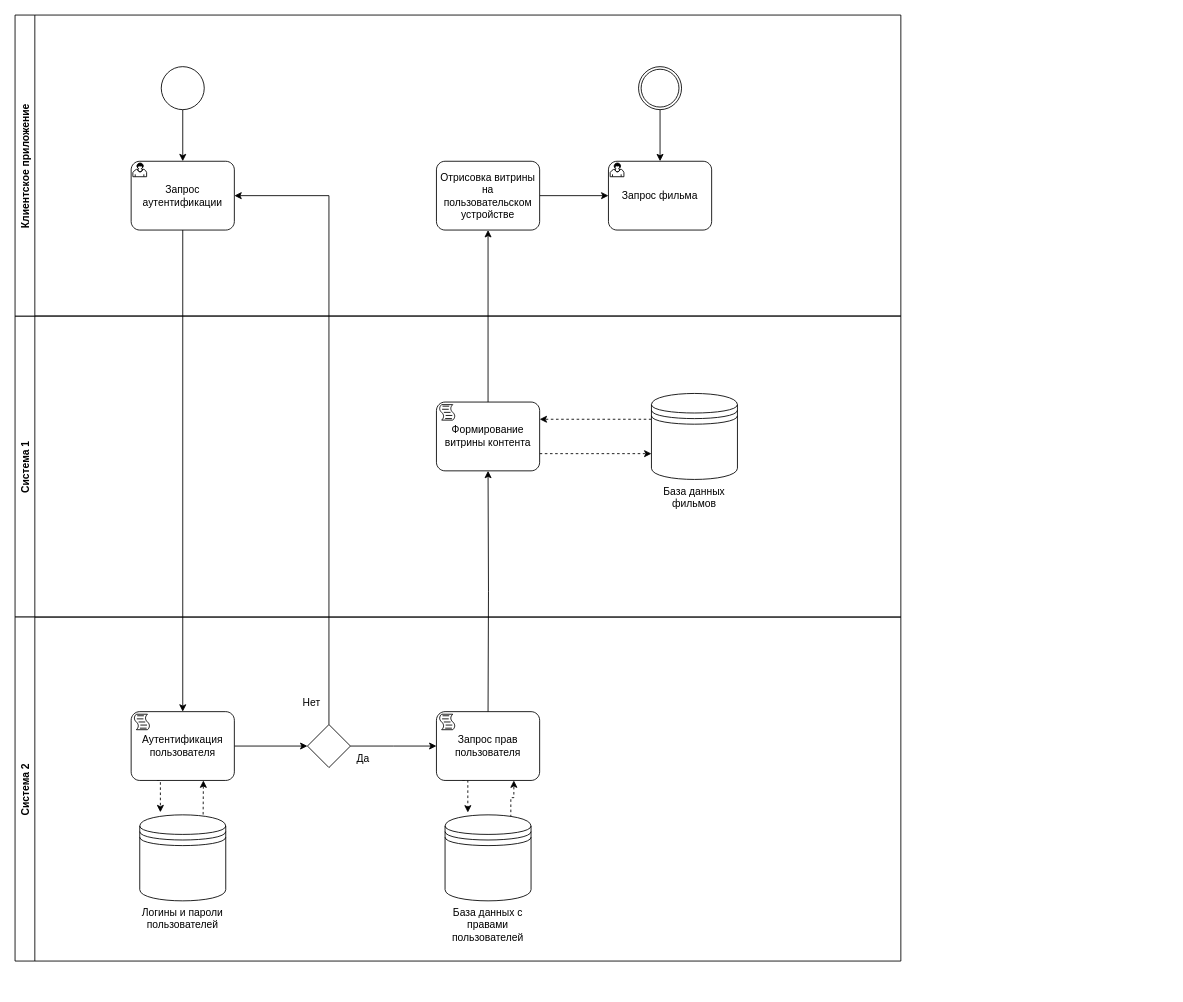
Earlier version of the draw.io diagram bpmn1.drawio (AleksTikhonov/ANSYS_Workbench). Source tidied: cells renumbered, new cells numbered last; positions are measured from the earlier drawing's top-left corner, leaving out a move shared by most shapes. Both pictures are drawn from the tidied source at 86%, with x=0, y=0 at pixel (15, 15).
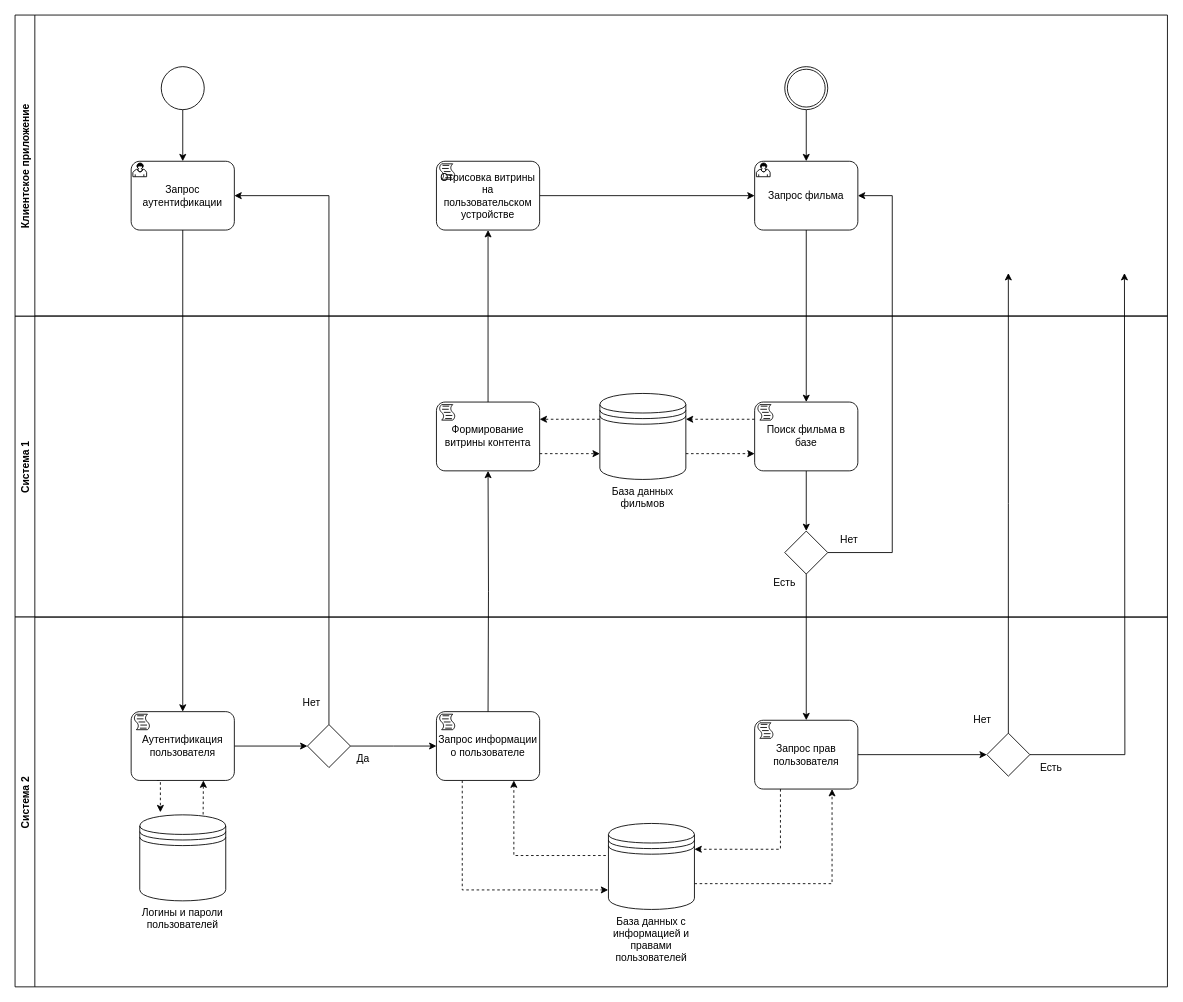
The same diagram, later.

The edit, as a diff of the source:
```diff
@@
     <mxCell id="2" value="Система 1" style="swimlane;horizontal=0;" parent="1" vertex="1">
-      <mxGeometry y="350" width="1030" height="350" as="geometry" />
+      <mxGeometry y="350" width="1340" height="350" as="geometry" />
     </mxCell>
@@
+    <mxCell id="34" style="edgeStyle=orthogonalEdgeStyle;rounded=0;jettySize=auto;html=1;exitX=1;exitY=0.7;exitDx=0;exitDy=0;entryX=0;entryY=0.75;entryDx=0;entryDy=0;entryPerimeter=0;dashed=1;" parent="2" edge="1" source="4" target="37">
+      <mxGeometry relative="1" as="geometry" />
+    </mxCell>
     <mxCell id="4" value="База данных фильмов" style="shape=datastore;whiteSpace=wrap;html=1;labelPosition=center;verticalLabelPosition=bottom;align=center;verticalAlign=top;" parent="2" vertex="1">
-      <mxGeometry x="740" y="90" width="100" height="100" as="geometry" />
+      <mxGeometry x="680" y="90" width="100" height="100" as="geometry" />
     </mxCell>
@@
+    <mxCell id="35" style="edgeStyle=orthogonalEdgeStyle;rounded=0;jettySize=auto;html=1;exitX=0;exitY=0.25;exitDx=0;exitDy=0;exitPerimeter=0;entryX=1;entryY=0.3;entryDx=0;entryDy=0;dashed=1;" parent="2" edge="1" source="37" target="4">
+      <mxGeometry relative="1" as="geometry" />
+    </mxCell>
+    <mxCell id="36" style="edgeStyle=orthogonalEdgeStyle;rounded=0;jettySize=auto;html=1;" parent="2" edge="1" source="37" target="38">
+      <mxGeometry relative="1" as="geometry" />
+    </mxCell>
+    <mxCell id="37" value="Поиск фильма в базе" style="points=[[0.25,0,0],[0.5,0,0],[0.75,0,0],[1,0.25,0],[1,0.5,0],[1,0.75,0],[0.75,1,0],[0.5,1,0],[0.25,1,0],[0,0.75,0],[0,0.5,0],[0,0.25,0]];shape=mxgraph.bpmn.task;whiteSpace=wrap;rectStyle=rounded;size=10;taskMarker=script;" parent="2" vertex="1">
+      <mxGeometry x="860" y="100" width="120" height="80" as="geometry" />
+    </mxCell>
+    <mxCell id="38" style="points=[[0.25,0.25,0],[0.5,0,0],[0.75,0.25,0],[1,0.5,0],[0.75,0.75,0],[0.5,1,0],[0.25,0.75,0],[0,0.5,0]];shape=mxgraph.bpmn.gateway2;html=1;verticalLabelPosition=bottom;labelBackgroundColor=#ffffff;verticalAlign=top;align=center;perimeter=rhombusPerimeter;outlineConnect=0;outline=none;symbol=none;" parent="2" vertex="1">
+      <mxGeometry x="895" y="250" width="50" height="50" as="geometry" />
+    </mxCell>
+    <mxCell id="39" value="Нет" style="text;html=1;strokeColor=none;fillColor=none;align=center;verticalAlign=middle;whiteSpace=wrap;rounded=0;" parent="2" vertex="1">
+      <mxGeometry x="945" y="250" width="50" height="20" as="geometry" />
+    </mxCell>
+    <mxCell id="40" value="Есть" style="text;html=1;strokeColor=none;fillColor=none;align=center;verticalAlign=middle;whiteSpace=wrap;rounded=0;" parent="2" vertex="1">
+      <mxGeometry x="870" y="300" width="50" height="20" as="geometry" />
+    </mxCell>
     <mxCell id="7" value="Система 2" style="swimlane;horizontal=0;" parent="1" vertex="1">
-      <mxGeometry y="700" width="1030" height="400" as="geometry" />
+      <mxGeometry y="700" width="1340" height="430" as="geometry" />
     </mxCell>
@@
-    <mxCell id="16" style="edgeStyle=orthogonalEdgeStyle;rounded=0;jettySize=auto;html=1;exitX=0.25;exitY=1;exitDx=0;exitDy=0;exitPerimeter=0;entryX=0.265;entryY=-0.027;entryDx=0;entryDy=0;entryPerimeter=0;dashed=1;" parent="7" edge="1" source="17" target="19">
+    <mxCell id="16" style="edgeStyle=orthogonalEdgeStyle;rounded=0;jettySize=auto;html=1;exitX=0.25;exitY=1;exitDx=0;exitDy=0;exitPerimeter=0;entryX=-0.003;entryY=0.773;entryDx=0;entryDy=0;entryPerimeter=0;dashed=1;" parent="7" edge="1" source="17" target="19">
       <mxGeometry relative="1" as="geometry" />
     </mxCell>
-    <mxCell id="17" value="Запрос прав пользователя" style="points=[[0.25,0,0],[0.5,0,0],[0.75,0,0],[1,0.25,0],[1,0.5,0],[1,0.75,0],[0.75,1,0],[0.5,1,0],[0.25,1,0],[0,0.75,0],[0,0.5,0],[0,0.25,0]];shape=mxgraph.bpmn.task;whiteSpace=wrap;rectStyle=rounded;size=10;taskMarker=script;" parent="7" vertex="1">
+    <mxCell id="17" value="Запрос информации о пользователе" style="points=[[0.25,0,0],[0.5,0,0],[0.75,0,0],[1,0.25,0],[1,0.5,0],[1,0.75,0],[0.75,1,0],[0.5,1,0],[0.25,1,0],[0,0.75,0],[0,0.5,0],[0,0.25,0]];shape=mxgraph.bpmn.task;whiteSpace=wrap;rectStyle=rounded;size=10;taskMarker=script;" parent="7" vertex="1">
       <mxGeometry x="490" y="110" width="120" height="80" as="geometry" />
     </mxCell>
-    <mxCell id="18" style="edgeStyle=orthogonalEdgeStyle;rounded=0;jettySize=auto;html=1;exitX=0.765;exitY=0.029;exitDx=0;exitDy=0;exitPerimeter=0;entryX=0.75;entryY=1;entryDx=0;entryDy=0;entryPerimeter=0;dashed=1;" parent="7" edge="1" source="19" target="17">
+    <mxCell id="18" style="edgeStyle=orthogonalEdgeStyle;rounded=0;jettySize=auto;html=1;exitX=-0.03;exitY=0.373;exitDx=0;exitDy=0;exitPerimeter=0;entryX=0.75;entryY=1;entryDx=0;entryDy=0;entryPerimeter=0;dashed=1;" parent="7" edge="1" source="19" target="17">
       <mxGeometry relative="1" as="geometry" />
     </mxCell>
+    <mxCell id="41" style="edgeStyle=orthogonalEdgeStyle;rounded=0;jettySize=auto;html=1;exitX=1;exitY=0.7;exitDx=0;exitDy=0;entryX=0.75;entryY=1;entryDx=0;entryDy=0;entryPerimeter=0;dashed=1;" parent="7" edge="1" source="19" target="44">
+      <mxGeometry relative="1" as="geometry" />
+    </mxCell>
-    <mxCell id="19" value="База данных с правами пользователей" style="shape=datastore;whiteSpace=wrap;html=1;labelPosition=center;verticalLabelPosition=bottom;align=center;verticalAlign=top;" parent="7" vertex="1">
-      <mxGeometry x="500" y="230" width="100" height="100" as="geometry" />
+    <mxCell id="19" value="База данных с информацией и правами пользователей" style="shape=datastore;whiteSpace=wrap;html=1;labelPosition=center;verticalLabelPosition=bottom;align=center;verticalAlign=top;" parent="7" vertex="1">
+      <mxGeometry x="690" y="240" width="100" height="100" as="geometry" />
     </mxCell>
+    <mxCell id="42" style="edgeStyle=orthogonalEdgeStyle;rounded=0;jettySize=auto;html=1;exitX=0.25;exitY=1;exitDx=0;exitDy=0;exitPerimeter=0;entryX=1;entryY=0.3;entryDx=0;entryDy=0;dashed=1;" parent="7" edge="1" source="44" target="19">
+      <mxGeometry relative="1" as="geometry" />
+    </mxCell>
+    <mxCell id="43" style="edgeStyle=orthogonalEdgeStyle;rounded=0;jettySize=auto;html=1;exitX=1;exitY=0.5;exitDx=0;exitDy=0;exitPerimeter=0;entryX=0;entryY=0.5;entryDx=0;entryDy=0;entryPerimeter=0;" parent="7" edge="1" source="44" target="45">
+      <mxGeometry relative="1" as="geometry" />
+    </mxCell>
+    <mxCell id="44" value="Запрос прав пользователя" style="points=[[0.25,0,0],[0.5,0,0],[0.75,0,0],[1,0.25,0],[1,0.5,0],[1,0.75,0],[0.75,1,0],[0.5,1,0],[0.25,1,0],[0,0.75,0],[0,0.5,0],[0,0.25,0]];shape=mxgraph.bpmn.task;whiteSpace=wrap;rectStyle=rounded;size=10;taskMarker=script;" parent="7" vertex="1">
+      <mxGeometry x="860" y="120" width="120" height="80" as="geometry" />
+    </mxCell>
+    <mxCell id="45" style="points=[[0.25,0.25,0],[0.5,0,0],[0.75,0.25,0],[1,0.5,0],[0.75,0.75,0],[0.5,1,0],[0.25,0.75,0],[0,0.5,0]];shape=mxgraph.bpmn.gateway2;html=1;verticalLabelPosition=bottom;labelBackgroundColor=#ffffff;verticalAlign=top;align=center;perimeter=rhombusPerimeter;outlineConnect=0;outline=none;symbol=none;" parent="7" vertex="1">
+      <mxGeometry x="1130" y="135" width="50" height="50" as="geometry" />
+    </mxCell>
+    <mxCell id="46" value="Есть" style="text;html=1;strokeColor=none;fillColor=none;align=center;verticalAlign=middle;whiteSpace=wrap;rounded=0;" parent="7" vertex="1">
+      <mxGeometry x="1180" y="165" width="50" height="20" as="geometry" />
+    </mxCell>
     <mxCell id="20" value="Клиентское приложение" style="swimlane;horizontal=0;" parent="1" vertex="1">
-      <mxGeometry width="1030" height="350" as="geometry" />
+      <mxGeometry width="1340" height="350" as="geometry" />
     </mxCell>
@@
-    <mxCell id="25" value="Отрисовка витрины на пользовательском устройстве" style="points=[[0.25,0,0],[0.5,0,0],[0.75,0,0],[1,0.25,0],[1,0.5,0],[1,0.75,0],[0.75,1,0],[0.5,1,0],[0.25,1,0],[0,0.75,0],[0,0.5,0],[0,0.25,0]];shape=mxgraph.bpmn.task;whiteSpace=wrap;rectStyle=rounded;size=10;taskMarker=abstract;" parent="20" vertex="1">
-      <mxGeometry x="490" y="170" width="120" height="80" as="geometry" />
-    </mxCell>
@@
     <mxCell id="27" style="points=[[0.145,0.145,0],[0.5,0,0],[0.855,0.145,0],[1,0.5,0],[0.855,0.855,0],[0.5,1,0],[0.145,0.855,0],[0,0.5,0]];shape=mxgraph.bpmn.event;html=1;verticalLabelPosition=bottom;labelBackgroundColor=#ffffff;verticalAlign=top;align=center;perimeter=ellipsePerimeter;outlineConnect=0;outline=throwing;symbol=general;" parent="20" vertex="1">
-      <mxGeometry x="725" y="60" width="50" height="50" as="geometry" />
+      <mxGeometry x="895" y="60" width="50" height="50" as="geometry" />
     </mxCell>
     <mxCell id="28" value="Запрос фильма" style="points=[[0.25,0,0],[0.5,0,0],[0.75,0,0],[1,0.25,0],[1,0.5,0],[1,0.75,0],[0.75,1,0],[0.5,1,0],[0.25,1,0],[0,0.75,0],[0,0.5,0],[0,0.25,0]];shape=mxgraph.bpmn.task;whiteSpace=wrap;rectStyle=rounded;size=10;taskMarker=user;" parent="20" vertex="1">
-      <mxGeometry x="690" y="170" width="120" height="80" as="geometry" />
+      <mxGeometry x="860" y="170" width="120" height="80" as="geometry" />
     </mxCell>
+    <mxCell id="25" value="Отрисовка витрины на пользовательском устройстве" style="points=[[0.25,0,0],[0.5,0,0],[0.75,0,0],[1,0.25,0],[1,0.5,0],[1,0.75,0],[0.75,1,0],[0.5,1,0],[0.25,1,0],[0,0.75,0],[0,0.5,0],[0,0.25,0]];shape=mxgraph.bpmn.task;whiteSpace=wrap;rectStyle=rounded;size=10;taskMarker=script;" parent="20" vertex="1">
+      <mxGeometry x="490" y="170" width="120" height="80" as="geometry" />
+    </mxCell>
@@
+    <mxCell id="47" style="edgeStyle=orthogonalEdgeStyle;rounded=0;jettySize=auto;html=1;exitX=0.5;exitY=1;exitDx=0;exitDy=0;exitPerimeter=0;entryX=0.5;entryY=0;entryDx=0;entryDy=0;entryPerimeter=0;" parent="1" edge="1" source="28" target="37">
+      <mxGeometry relative="1" as="geometry" />
+    </mxCell>
+    <mxCell id="48" style="edgeStyle=orthogonalEdgeStyle;rounded=0;jettySize=auto;html=1;exitX=1;exitY=0.5;exitDx=0;exitDy=0;exitPerimeter=0;entryX=1;entryY=0.5;entryDx=0;entryDy=0;entryPerimeter=0;" parent="1" edge="1" source="38" target="28">
+      <mxGeometry relative="1" as="geometry">
+        <Array as="points">
+          <mxPoint x="1020" y="625" />
+          <mxPoint x="1020" y="210" />
+        </Array>
+      </mxGeometry>
+    </mxCell>
+    <mxCell id="49" style="edgeStyle=orthogonalEdgeStyle;rounded=0;jettySize=auto;html=1;exitX=0.5;exitY=1;exitDx=0;exitDy=0;exitPerimeter=0;entryX=0.5;entryY=0;entryDx=0;entryDy=0;entryPerimeter=0;" parent="1" edge="1" source="38" target="44">
+      <mxGeometry relative="1" as="geometry" />
+    </mxCell>
+    <mxCell id="50" style="edgeStyle=orthogonalEdgeStyle;rounded=0;jettySize=auto;html=1;exitX=0.5;exitY=0;exitDx=0;exitDy=0;exitPerimeter=0;" parent="1" edge="1" source="45">
+      <mxGeometry relative="1" as="geometry">
+        <mxPoint x="1155" y="300" as="targetPoint" />
+      </mxGeometry>
+    </mxCell>
+    <mxCell id="51" style="edgeStyle=orthogonalEdgeStyle;rounded=0;jettySize=auto;html=1;exitX=1;exitY=0.5;exitDx=0;exitDy=0;exitPerimeter=0;" parent="1" edge="1" source="45">
+      <mxGeometry relative="1" as="geometry">
+        <mxPoint x="1290" y="300" as="targetPoint" />
+      </mxGeometry>
+    </mxCell>
+    <mxCell id="52" value="Нет" style="text;html=1;strokeColor=none;fillColor=none;align=center;verticalAlign=middle;whiteSpace=wrap;rounded=0;" parent="1" vertex="1">
+      <mxGeometry x="1100" y="810" width="50" height="20" as="geometry" />
+    </mxCell>
```
